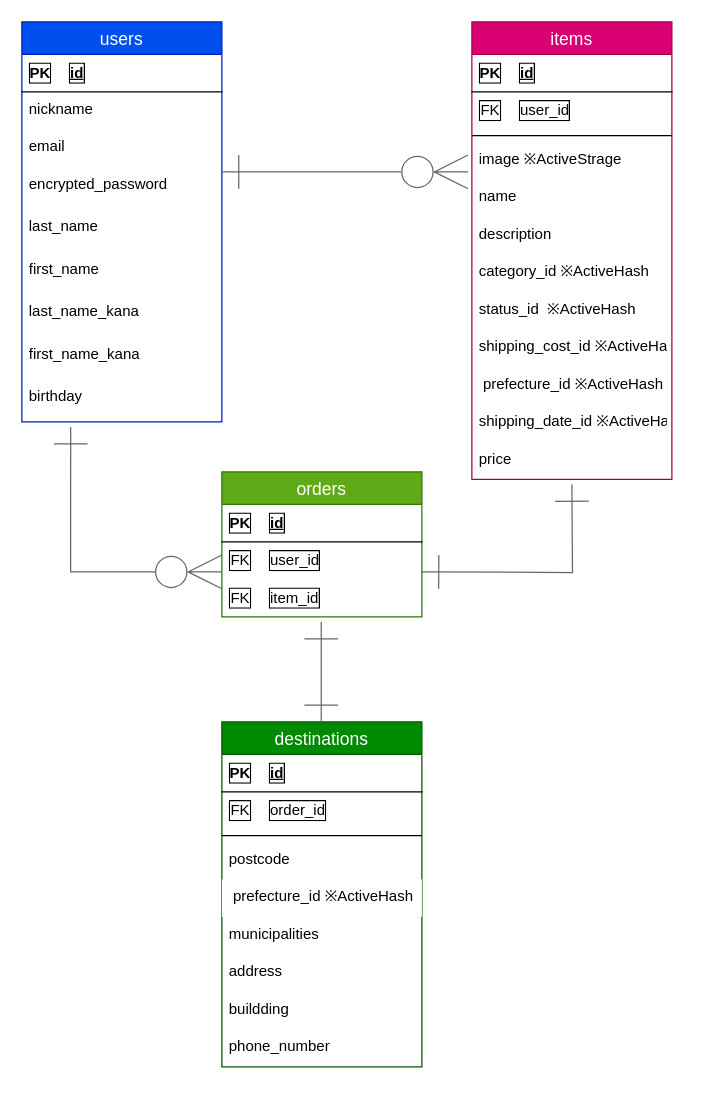
The draw.io diagram furima_37155.dio in jtghjt/furima-37155, before the edit. Source tidied: cells renumbered, new cells numbered last; positions are measured from the earlier drawing's top-left corner, leaving out a move shared by most shapes. Both pictures are drawn from the tidied source at 125%, with x=0, y=0 at pixel (21, 21).
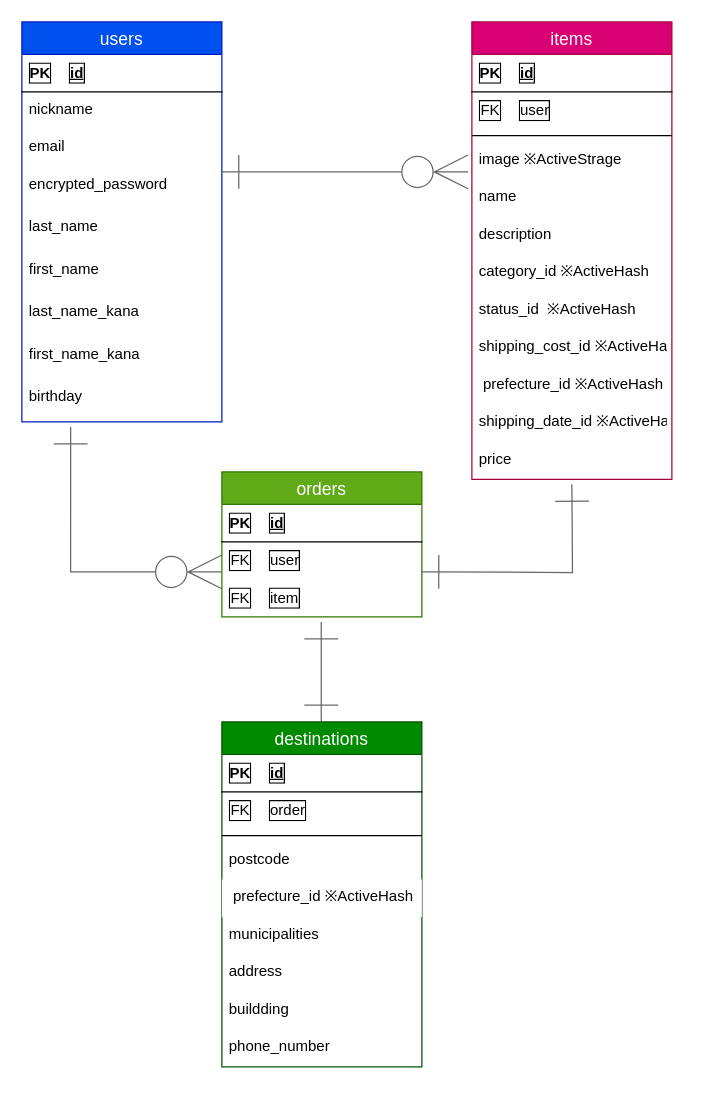
The same page after the edit.

Commit message (it also covers changes not shown here):
ER図、README修正

追加でordersテーブルのアソシエーションの修正もしております。

Unchanged cells that the change refers to:
```xml
<mxCell id="21" style="shape=partialRectangle;fillColor=none;top=0;left=0;bottom=0;right=0;labelBackgroundColor=none;labelBorderColor=default;html=1;" parent="20" vertex="1">
  <mxGeometry width="160" height="30" as="geometry" />
</mxCell>
<mxCell id="40" style="shape=partialRectangle;fillColor=none;top=0;left=0;bottom=0;right=0;labelBackgroundColor=none;labelBorderColor=default;html=1;" parent="39" vertex="1">
  <mxGeometry width="160" height="30" as="geometry" />
</mxCell>
<mxCell id="56" style="shape=partialRectangle;fillColor=none;top=0;left=0;bottom=0;right=0;labelBackgroundColor=none;labelBorderColor=default;html=1;" parent="55" vertex="1">
  <mxGeometry width="160" height="30" as="geometry" />
</mxCell>
<mxCell id="60" style="shape=partialRectangle;fillColor=none;top=0;left=0;bottom=0;right=0;labelBackgroundColor=none;labelBorderColor=default;html=1;" parent="59" vertex="1">
  <mxGeometry width="160" height="30" as="geometry" />
</mxCell>
```

Change to the diagram source:
```diff
@@
-    <mxCell id="23" value="user_id" style="shape=partialRectangle;fillColor=none;top=0;left=0;bottom=0;right=0;align=left;spacingLeft=6;fontStyle=0;overflow=hidden;labelBackgroundColor=none;labelBorderColor=default;html=1;" parent="21" vertex="1">
+    <mxCell id="23" value="user" style="shape=partialRectangle;fillColor=none;top=0;left=0;bottom=0;right=0;align=left;spacingLeft=6;fontStyle=0;overflow=hidden;labelBackgroundColor=none;labelBorderColor=default;html=1;" parent="21" vertex="1">
       <mxGeometry x="30" width="130" height="30" as="geometry" />
     </mxCell>
@@
-    <mxCell id="42" value="order_id" style="shape=partialRectangle;fillColor=none;top=0;left=0;bottom=0;right=0;align=left;spacingLeft=6;fontStyle=0;overflow=hidden;labelBackgroundColor=none;labelBorderColor=default;html=1;" parent="40" vertex="1">
+    <mxCell id="42" value="order" style="shape=partialRectangle;fillColor=none;top=0;left=0;bottom=0;right=0;align=left;spacingLeft=6;fontStyle=0;overflow=hidden;labelBackgroundColor=none;labelBorderColor=default;html=1;" parent="40" vertex="1">
       <mxGeometry x="30" width="130" height="30" as="geometry" />
     </mxCell>
@@
-    <mxCell id="58" value="user_id" style="shape=partialRectangle;fillColor=none;top=0;left=0;bottom=0;right=0;align=left;spacingLeft=6;fontStyle=0;overflow=hidden;labelBackgroundColor=none;labelBorderColor=default;html=1;" parent="56" vertex="1">
+    <mxCell id="58" value="user" style="shape=partialRectangle;fillColor=none;top=0;left=0;bottom=0;right=0;align=left;spacingLeft=6;fontStyle=0;overflow=hidden;labelBackgroundColor=none;labelBorderColor=default;html=1;" parent="56" vertex="1">
       <mxGeometry x="30" width="130" height="30" as="geometry" />
     </mxCell>
@@
-    <mxCell id="62" value="item_id" style="shape=partialRectangle;fillColor=none;top=0;left=0;bottom=0;right=0;align=left;spacingLeft=6;fontStyle=0;overflow=hidden;labelBackgroundColor=none;labelBorderColor=default;html=1;" parent="60" vertex="1">
+    <mxCell id="62" value="item" style="shape=partialRectangle;fillColor=none;top=0;left=0;bottom=0;right=0;align=left;spacingLeft=6;fontStyle=0;overflow=hidden;labelBackgroundColor=none;labelBorderColor=default;html=1;" parent="60" vertex="1">
       <mxGeometry x="30" width="130" height="30" as="geometry" />
     </mxCell>
```
